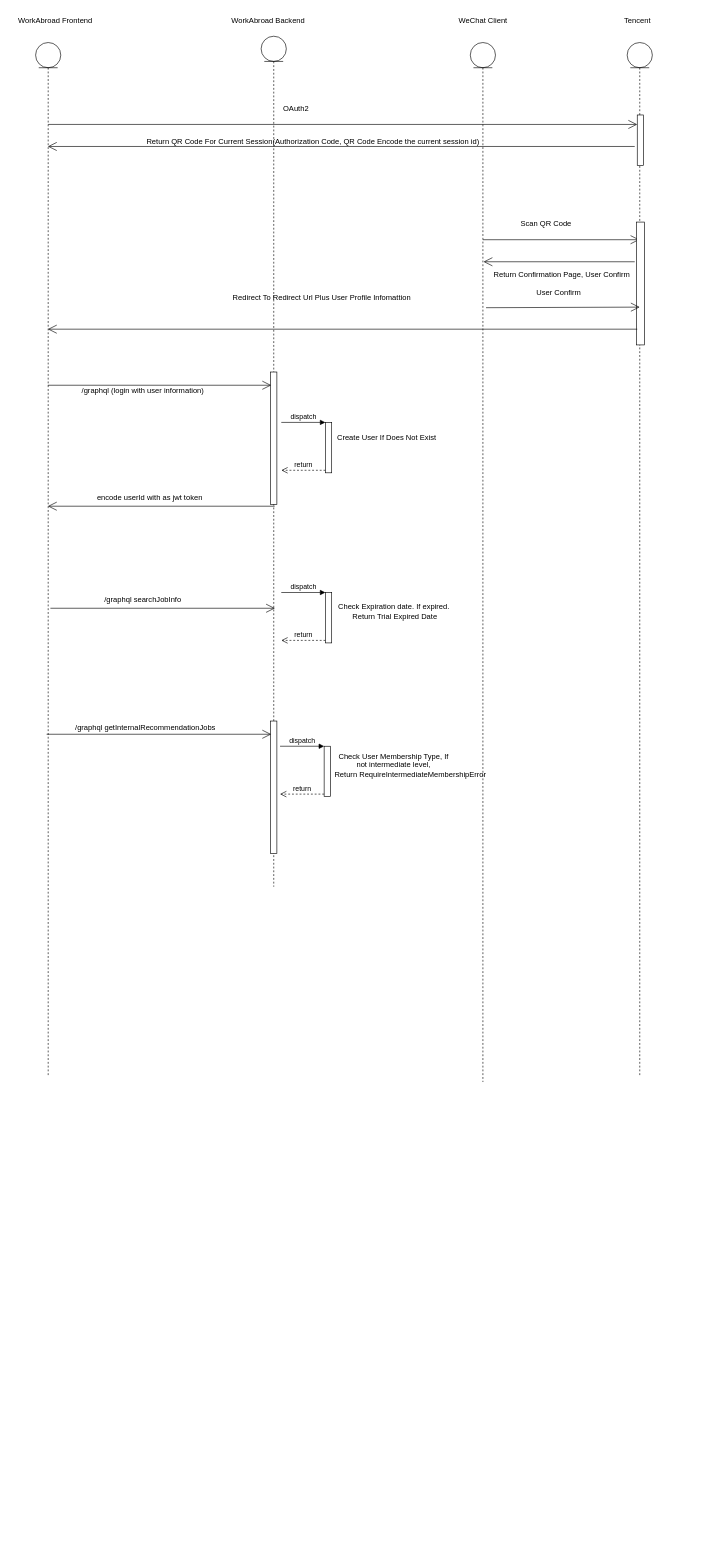
This is page "Backend-WeChat-Login" (2 of 5) of backend/diagrams.drawio from qiusuo-fuyuan/eagleeyejobs, a draw.io file, before an edit. Source tidied: cells renumbered, new cells numbered last; positions are measured from the earlier drawing's top-left corner, leaving out a move shared by most shapes. Both pictures are drawn from the tidied source at 63%, with x=0, y=0 at pixel (11, 11).
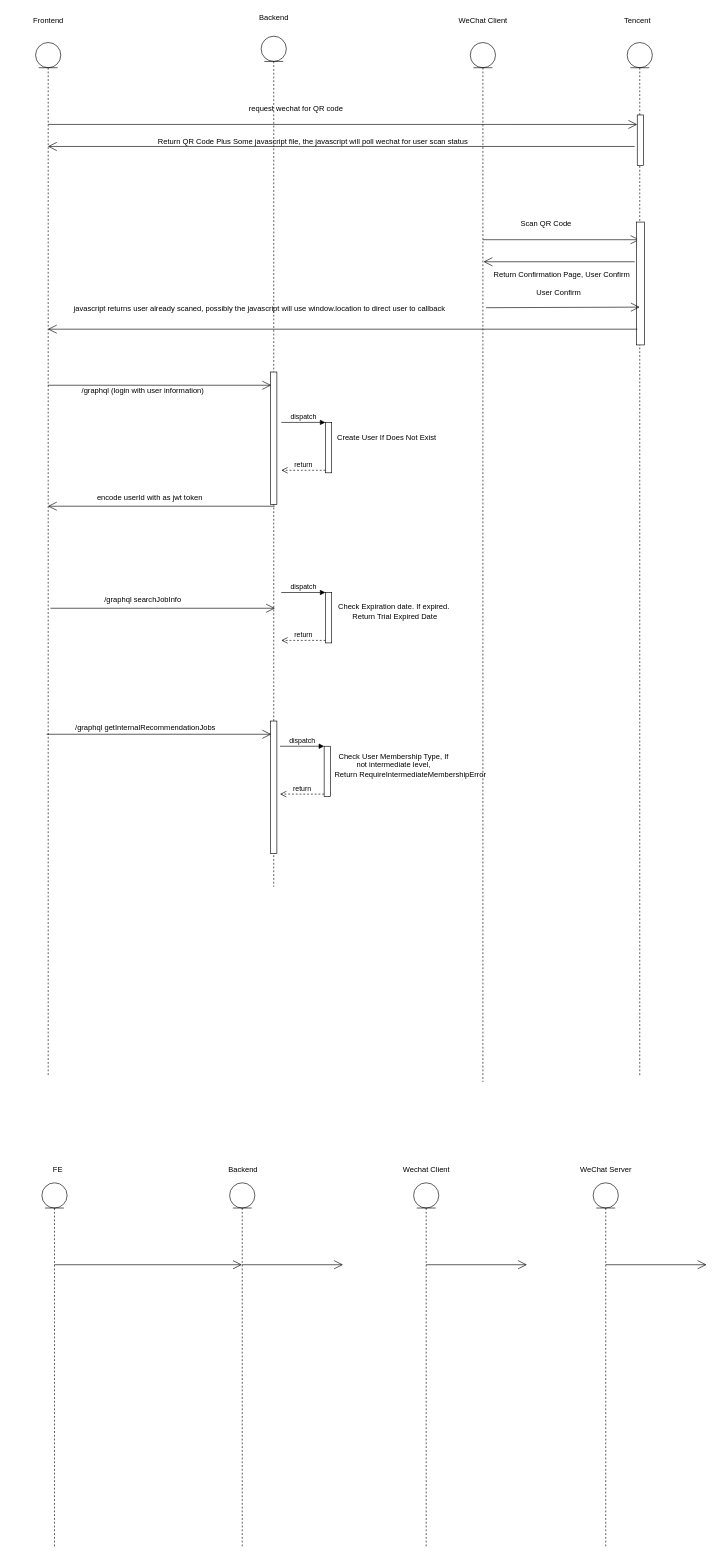
The same page after the edit.

What changed in the source:
```diff
@@
-    <mxCell id="7" value="WorkAbroad Frontend" style="text;html=1;align=center;verticalAlign=middle;strokeColor=none;fillColor=none;" parent="1" vertex="1">
-      <mxGeometry width="140" height="30" as="geometry" />
+    <mxCell id="7" value="Frontend" style="text;html=1;align=center;verticalAlign=middle;strokeColor=none;fillColor=none;" parent="1" vertex="1">
+      <mxGeometry x="29" y="5" width="60" height="20" as="geometry" />
     </mxCell>
@@
-    <mxCell id="16" value="WorkAbroad Backend" style="text;html=1;align=center;verticalAlign=middle;strokeColor=none;fillColor=none;" parent="1" vertex="1">
-      <mxGeometry x="338" width="140" height="30" as="geometry" />
+    <mxCell id="16" value="Backend" style="text;html=1;align=center;verticalAlign=middle;strokeColor=none;fillColor=none;" parent="1" vertex="1">
+      <mxGeometry x="387" width="60" height="20" as="geometry" />
     </mxCell>
-    <mxCell id="17" value="OAuth2" style="text;html=1;align=center;verticalAlign=middle;strokeColor=none;fillColor=none;" parent="1" vertex="1">
-      <mxGeometry x="422" y="140" width="60" height="30" as="geometry" />
+    <mxCell id="17" value="request wechat for QR code" style="text;html=1;align=center;verticalAlign=middle;strokeColor=none;fillColor=none;" parent="1" vertex="1">
+      <mxGeometry x="372" y="145" width="160" height="20" as="geometry" />
     </mxCell>
@@
-    <mxCell id="19" value="Return QR Code For Current Session(Authorization Code, QR Code Encode the current session id)" style="text;html=1;align=center;verticalAlign=middle;strokeColor=none;fillColor=none;" parent="1" vertex="1">
-      <mxGeometry x="204" y="192" width="550" height="30" as="geometry" />
+    <mxCell id="19" value="Return QR Code Plus Some javascript file, the javascript will poll wechat for user scan status" style="text;html=1;align=center;verticalAlign=middle;strokeColor=none;fillColor=none;" parent="1" vertex="1">
+      <mxGeometry x="224" y="197" width="510" height="20" as="geometry" />
     </mxCell>
@@
-    <mxCell id="22" value="Redirect To Redirect Url Plus User Profile Infomattion" style="text;html=1;align=center;verticalAlign=middle;strokeColor=none;fillColor=none;" parent="1" vertex="1">
-      <mxGeometry x="338" y="440" width="310" height="30" as="geometry" />
-    </mxCell>
@@
+    <mxCell id="46" value="javascript returns user already scaned, possibly the javascript will use window.location to direct user to callback" style="text;html=1;align=center;verticalAlign=middle;strokeColor=none;fillColor=none;" parent="1" vertex="1">
+      <mxGeometry x="89" y="463" width="610" height="20" as="geometry" />
+    </mxCell>
+    <mxCell id="47" style="shape=umlLifeline;participant=umlEntity;perimeter=lifelinePerimeter;whiteSpace=wrap;html=1;verticalAlign=top;spacingTop=36;" parent="1" vertex="1">
+      <mxGeometry x="49" y="1860" width="40" height="580" as="geometry" />
+    </mxCell>
+    <mxCell id="48" style="endArrow=open;endFill=1;endSize=12;html=1;rounded=0;" parent="47" edge="1" target="49">
+      <mxGeometry relative="1" as="geometry">
+        <mxPoint x="20" y="130" as="sourcePoint" />
+      </mxGeometry>
+    </mxCell>
+    <mxCell id="49" style="shape=umlLifeline;participant=umlEntity;perimeter=lifelinePerimeter;whiteSpace=wrap;html=1;verticalAlign=top;spacingTop=36;outlineConnect=0;" parent="1" vertex="1">
+      <mxGeometry x="347" y="1860" width="40" height="580" as="geometry" />
+    </mxCell>
+    <mxCell id="50" style="endArrow=open;endFill=1;endSize=12;html=1;rounded=0;entryX=0;entryY=0.188;entryDx=0;entryDy=0;entryPerimeter=0;" parent="49" edge="1">
+      <mxGeometry relative="1" as="geometry">
+        <mxPoint x="20" y="130" as="sourcePoint" />
+        <mxPoint x="180" y="130" as="targetPoint" />
+      </mxGeometry>
+    </mxCell>
+    <mxCell id="51" style="shape=umlLifeline;participant=umlEntity;perimeter=lifelinePerimeter;whiteSpace=wrap;html=1;verticalAlign=top;spacingTop=36;" parent="1" vertex="1">
+      <mxGeometry x="639" y="1860" width="40" height="580" as="geometry" />
+    </mxCell>
+    <mxCell id="52" style="endArrow=open;endFill=1;endSize=12;html=1;rounded=0;entryX=0;entryY=0.188;entryDx=0;entryDy=0;entryPerimeter=0;" parent="51" edge="1">
+      <mxGeometry relative="1" as="geometry">
+        <mxPoint x="20" y="130" as="sourcePoint" />
+        <mxPoint x="180" y="130" as="targetPoint" />
+      </mxGeometry>
+    </mxCell>
+    <mxCell id="53" value="FE" style="text;html=1;align=center;verticalAlign=middle;strokeColor=none;fillColor=none;" parent="1" vertex="1">
+      <mxGeometry x="59" y="1830" width="30" height="20" as="geometry" />
+    </mxCell>
+    <mxCell id="54" value="Backend" style="text;html=1;align=center;verticalAlign=middle;strokeColor=none;fillColor=none;" parent="1" vertex="1">
+      <mxGeometry x="338" y="1830" width="60" height="20" as="geometry" />
+    </mxCell>
+    <mxCell id="55" value="Wechat Client" style="text;html=1;align=center;verticalAlign=middle;strokeColor=none;fillColor=none;" parent="1" vertex="1">
+      <mxGeometry x="614" y="1830" width="90" height="20" as="geometry" />
+    </mxCell>
+    <mxCell id="56" style="shape=umlLifeline;participant=umlEntity;perimeter=lifelinePerimeter;whiteSpace=wrap;html=1;verticalAlign=top;spacingTop=36;" parent="1" vertex="1">
+      <mxGeometry x="924" y="1860" width="40" height="580" as="geometry" />
+    </mxCell>
+    <mxCell id="57" style="endArrow=open;endFill=1;endSize=12;html=1;rounded=0;entryX=0;entryY=0.188;entryDx=0;entryDy=0;entryPerimeter=0;" parent="56" edge="1">
+      <mxGeometry relative="1" as="geometry">
+        <mxPoint x="20" y="130" as="sourcePoint" />
+        <mxPoint x="180" y="130" as="targetPoint" />
+      </mxGeometry>
+    </mxCell>
+    <mxCell id="58" value="WeChat Server" style="text;html=1;align=center;verticalAlign=middle;strokeColor=none;fillColor=none;" parent="1" vertex="1">
+      <mxGeometry x="894" y="1830" width="100" height="20" as="geometry" />
+    </mxCell>
```
